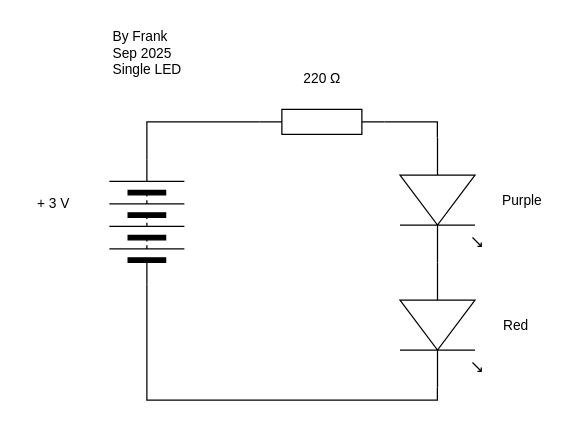
This is single_LED.drawio from Frank-Cleasby/TEJ2O-Unit5-03, a draw.io file, before an edit. Source tidied: cells renumbered, new cells numbered last; positions are measured from the earlier drawing's top-left corner, leaving out a move shared by most shapes. Both pictures are drawn from the tidied source at 125%, with x=0, y=0 at pixel (21, 21).
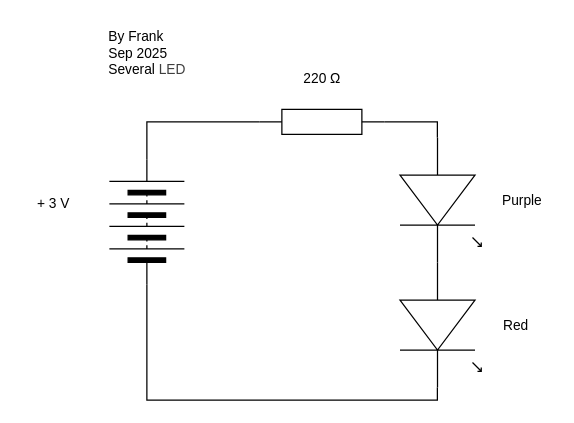
After the change.

Commit message (it also covers changes not shown here):
did something

What changed in the source:
```diff
@@
 <mxGraphModel>
   <root>
     <mxCell id="0" />
     <mxCell id="1" parent="0" />
     <mxCell id="2" style="verticalLabelPosition=bottom;shadow=0;dashed=0;align=center;html=1;verticalAlign=top;shape=mxgraph.electrical.resistors.resistor_1;" parent="1" vertex="1">
       <mxGeometry x="190" y="70" width="100" height="20" as="geometry" />
     </mxCell>
     <mxCell id="3" style="verticalLabelPosition=bottom;shadow=0;dashed=0;align=center;html=1;verticalAlign=top;shape=mxgraph.electrical.miscellaneous.batteryStack;rotation=-90;" parent="1" vertex="1">
       <mxGeometry x="50" y="130" width="100" height="60" as="geometry" />
     </mxCell>
     <mxCell id="4" style="edgeStyle=orthogonalEdgeStyle;shape=connector;curved=0;rounded=0;html=1;entryX=0;entryY=0.5;entryDx=0;entryDy=0;strokeColor=default;align=center;verticalAlign=middle;fontFamily=Helvetica;fontSize=11;fontColor=default;labelBackgroundColor=default;endArrow=none;endFill=0;exitX=1;exitY=0.54;exitDx=0;exitDy=0;exitPerimeter=0;" parent="1" edge="1" source="12" target="3">
       <mxGeometry relative="1" as="geometry" />
     </mxCell>
     <mxCell id="5" style="verticalLabelPosition=bottom;shadow=0;dashed=0;align=center;html=1;verticalAlign=top;shape=mxgraph.electrical.opto_electronics.led_1;rotation=90;" parent="1" vertex="1">
       <mxGeometry x="285" y="110" width="100" height="65" as="geometry" />
     </mxCell>
     <mxCell id="6" style="edgeStyle=orthogonalEdgeStyle;html=1;exitX=1;exitY=0.5;exitDx=0;exitDy=0;entryX=0;entryY=0.5;entryDx=0;entryDy=0;entryPerimeter=0;rounded=0;curved=0;endArrow=none;endFill=0;" parent="1" edge="1" source="3" target="2">
       <mxGeometry relative="1" as="geometry" />
     </mxCell>
     <mxCell id="7" style="edgeStyle=orthogonalEdgeStyle;shape=connector;curved=0;rounded=0;html=1;exitX=1;exitY=0.5;exitDx=0;exitDy=0;exitPerimeter=0;entryX=0;entryY=0.54;entryDx=0;entryDy=0;entryPerimeter=0;strokeColor=default;align=center;verticalAlign=middle;fontFamily=Helvetica;fontSize=11;fontColor=default;labelBackgroundColor=default;endArrow=none;endFill=0;" parent="1" edge="1" source="2" target="5">
       <mxGeometry relative="1" as="geometry" />
     </mxCell>
     <mxCell id="8" value="Purple" style="text;html=1;align=center;verticalAlign=middle;strokeColor=none;fillColor=none;fontFamily=Helvetica;fontSize=11;fontColor=default;labelBackgroundColor=default;" parent="1" vertex="1">
       <mxGeometry x="375" y="128" width="50" height="30" as="geometry" />
     </mxCell>
     <mxCell id="9" value="220&amp;nbsp;Ω" style="text;html=1;align=center;verticalAlign=middle;strokeColor=none;fillColor=none;fontFamily=Helvetica;fontSize=11;fontColor=default;labelBackgroundColor=default;" parent="1" vertex="1">
       <mxGeometry x="215" y="30" width="50" height="30" as="geometry" />
     </mxCell>
     <mxCell id="10" value="+ 3 V" style="text;html=1;align=center;verticalAlign=middle;strokeColor=none;fillColor=none;fontFamily=Helvetica;fontSize=11;fontColor=default;labelBackgroundColor=default;" parent="1" vertex="1">
       <mxGeometry y="130" width="50" height="30" as="geometry" />
     </mxCell>
-    <mxCell id="11" value="&lt;div style=&quot;text-align: left;&quot;&gt;&lt;span style=&quot;background-color: light-dark(#ffffff, var(--ge-dark-color, #121212));&quot;&gt;By Frank&lt;/span&gt;&lt;/div&gt;&lt;div style=&quot;text-align: left;&quot;&gt;Sep 2025&lt;/div&gt;&lt;div&gt;Single LED&lt;/div&gt;" style="text;html=1;align=center;verticalAlign=middle;strokeColor=none;fillColor=none;fontFamily=Helvetica;fontSize=11;fontColor=default;labelBackgroundColor=default;" parent="1" vertex="1">
+    <mxCell id="11" value="&lt;div style=&quot;text-align: left;&quot;&gt;&lt;span style=&quot;background-color: light-dark(#ffffff, var(--ge-dark-color, #121212));&quot;&gt;By Frank&lt;/span&gt;&lt;/div&gt;&lt;div style=&quot;text-align: left;&quot;&gt;Sep 2025&lt;/div&gt;&lt;div&gt;Several&lt;span style=&quot;color: rgb(63, 63, 63); background-color: light-dark(#ffffff, var(--ge-dark-color, #121212));&quot;&gt;&amp;nbsp;LED&lt;/span&gt;&lt;/div&gt;" style="text;html=1;align=center;verticalAlign=middle;strokeColor=none;fillColor=none;fontFamily=Helvetica;fontSize=11;fontColor=default;labelBackgroundColor=default;" parent="1" vertex="1">
       <mxGeometry x="60" width="80" height="50" as="geometry" />
     </mxCell>
     <mxCell id="12" style="verticalLabelPosition=bottom;shadow=0;dashed=0;align=center;html=1;verticalAlign=top;shape=mxgraph.electrical.opto_electronics.led_1;rotation=90;" parent="1" vertex="1">
       <mxGeometry x="285" y="210" width="100" height="65" as="geometry" />
     </mxCell>
     <mxCell id="13" value="Red" style="text;html=1;align=center;verticalAlign=middle;strokeColor=none;fillColor=none;fontFamily=Helvetica;fontSize=11;fontColor=default;labelBackgroundColor=default;" parent="1" vertex="1">
       <mxGeometry x="375" y="227.5" width="40" height="30" as="geometry" />
     </mxCell>
   </root>
 </mxGraphModel>
```
